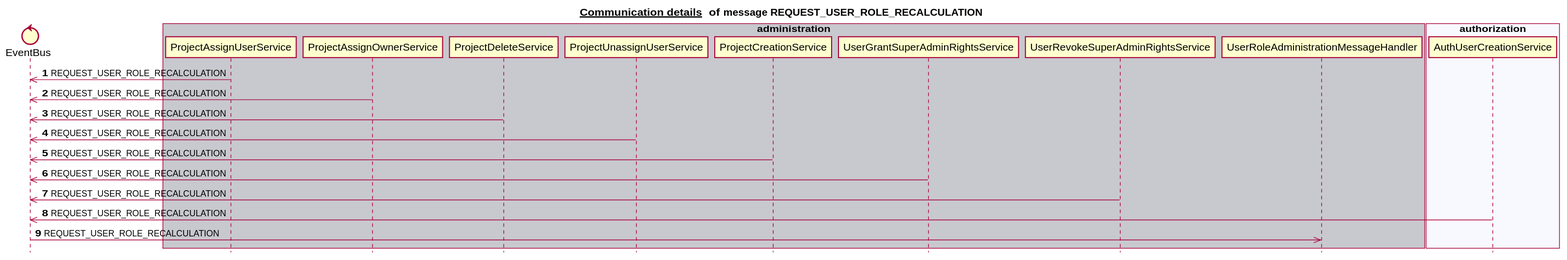
Before: docs/latest/images/gen_domain_messaging_request_user_role_recalculation.svg, a diagram exported from PlantUML (mercedes-benz/sechub).
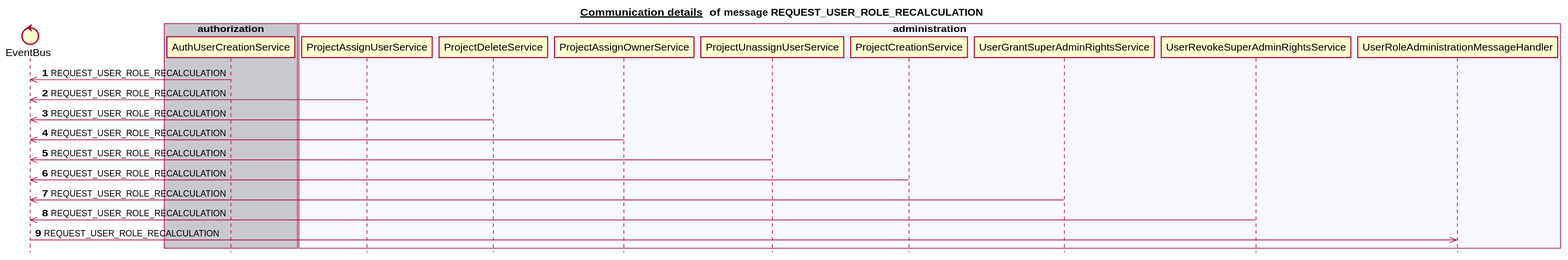
The same file after the commit.

What changed in the source:
```diff
@@ -10,30 +10,30 @@
 end box
 box "schedule" #F8F8FF
 end box
-box "administration" #C8C8CF
+box "authorization" #C8C8CF
+   participant AuthUserCreationService
+end box
+box "administration" #F8F8FF
    participant ProjectAssignUserService
+   participant ProjectDeleteService
    participant ProjectAssignOwnerService
-   participant ProjectDeleteService
    participant ProjectUnassignUserService
    participant ProjectCreationService
    participant UserGrantSuperAdminRightsService
    participant UserRevokeSuperAdminRightsService
    participant UserRoleAdministrationMessageHandler
 end box
-box "authorization" #F8F8FF
-   participant AuthUserCreationService
-end box
 box "notification" #C8C8CF
 end box
 autonumber 1
+AuthUserCreationService ->> EventBus:REQUEST_USER_ROLE_RECALCULATION
 ProjectAssignUserService ->> EventBus:REQUEST_USER_ROLE_RECALCULATION
+ProjectDeleteService ->> EventBus:REQUEST_USER_ROLE_RECALCULATION
 ProjectAssignOwnerService ->> EventBus:REQUEST_USER_ROLE_RECALCULATION
-ProjectDeleteService ->> EventBus:REQUEST_USER_ROLE_RECALCULATION
 ProjectUnassignUserService ->> EventBus:REQUEST_USER_ROLE_RECALCULATION
 ProjectCreationService ->> EventBus:REQUEST_USER_ROLE_RECALCULATION
 UserGrantSuperAdminRightsService ->> EventBus:REQUEST_USER_ROLE_RECALCULATION
 UserRevokeSuperAdminRightsService ->> EventBus:REQUEST_USER_ROLE_RECALCULATION
-AuthUserCreationService ->> EventBus:REQUEST_USER_ROLE_RECALCULATION
 EventBus ->> UserRoleAdministrationMessageHandler:REQUEST_USER_ROLE_RECALCULATION
 autonumber stop
 
```
